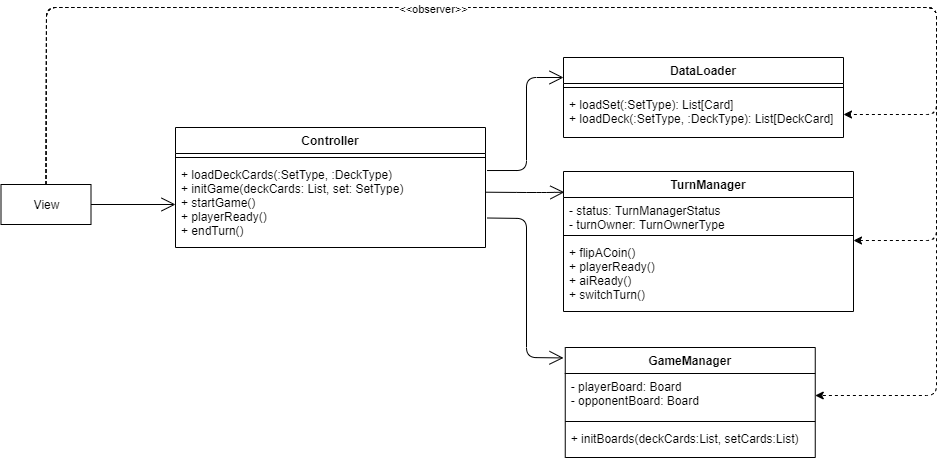
Above: process/design/Initialization_class.png in fedeOx/scalamon_tcg (draw.io), before the change. Source tidied: cells renumbered, new cells last; positions are measured from the earlier drawing's top-left corner, leaving out a move shared by most shapes.
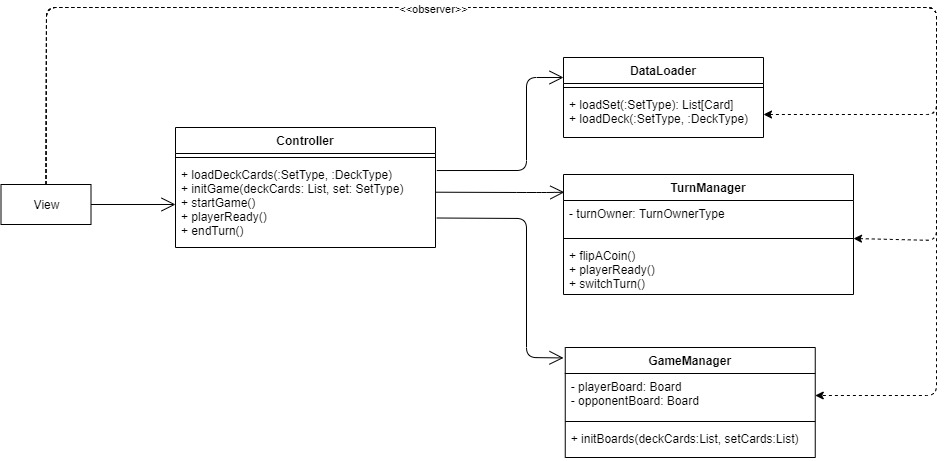
The same file after the commit.

Commit message:
Implemented start game with TurnManager turn notification. Updated design schemas. Add test to ControllerTest (to be done test for TurnManager)

What changed in the source:
```diff
@@ -3,34 +3,34 @@
     <mxCell id="0" />
     <mxCell id="1" parent="0" />
     <mxCell id="2" value="Controller" style="swimlane;fontStyle=1;align=center;verticalAlign=top;horizontal=1;startSize=26;" parent="1" vertex="1">
-      <mxGeometry x="175" y="120" width="310" height="120" as="geometry" />
+      <mxGeometry x="175" y="120" width="260" height="120" as="geometry" />
     </mxCell>
     <mxCell id="3" style="line;strokeWidth=1;fillColor=none;align=left;verticalAlign=middle;spacingTop=-1;spacingLeft=3;spacingRight=3;labelPosition=right;" parent="2" vertex="1">
-      <mxGeometry y="26" width="310" height="8" as="geometry" />
+      <mxGeometry y="26" width="260" height="8" as="geometry" />
     </mxCell>
     <mxCell id="4" value="+ loadDeckCards(:SetType, :DeckType)&#10;+ initGame(deckCards: List, set: SetType)&#10;+ startGame()&#10;+ playerReady()&#10;+ endTurn()" style="text;strokeColor=none;fillColor=none;align=left;verticalAlign=top;spacingLeft=4;spacingRight=4;overflow=hidden;points=[[0,0.5],[1,0.5]];portConstraint=eastwest;" parent="2" vertex="1">
-      <mxGeometry y="34" width="310" height="86" as="geometry" />
+      <mxGeometry y="34" width="260" height="86" as="geometry" />
     </mxCell>
     <mxCell id="5" value="DataLoader" style="swimlane;fontStyle=1;align=center;verticalAlign=top;horizontal=1;startSize=26;fontSize=12;" parent="1" vertex="1">
-      <mxGeometry x="563" y="50" width="280" height="80" as="geometry" />
+      <mxGeometry x="563" y="50" width="200" height="80" as="geometry" />
     </mxCell>
     <mxCell id="6" style="line;strokeWidth=1;fillColor=none;align=left;verticalAlign=middle;spacingTop=-1;spacingLeft=3;spacingRight=3;labelPosition=right;" parent="5" vertex="1">
-      <mxGeometry y="26" width="280" height="8" as="geometry" />
+      <mxGeometry y="26" width="200" height="8" as="geometry" />
     </mxCell>
-    <mxCell id="7" value="+ loadSet(:SetType): List[Card]&#10;+ loadDeck(:SetType, :DeckType): List[DeckCard] " style="text;strokeColor=none;fillColor=none;align=left;verticalAlign=top;spacingLeft=4;spacingRight=4;overflow=hidden;points=[[0,0.5],[1,0.5]];portConstraint=eastwest;" parent="5" vertex="1">
-      <mxGeometry y="34" width="280" height="46" as="geometry" />
+    <mxCell id="7" value="+ loadSet(:SetType): List[Card]&#10;+ loadDeck(:SetType, :DeckType)" style="text;strokeColor=none;fillColor=none;align=left;verticalAlign=top;spacingLeft=4;spacingRight=4;overflow=hidden;points=[[0,0.5],[1,0.5]];portConstraint=eastwest;" parent="5" vertex="1">
+      <mxGeometry y="34" width="200" height="46" as="geometry" />
     </mxCell>
     <mxCell id="8" value="TurnManager" style="swimlane;fontStyle=1;align=center;verticalAlign=top;horizontal=1;startSize=26;" parent="1" vertex="1">
-      <mxGeometry x="563" y="164" width="290" height="140" as="geometry" />
+      <mxGeometry x="563" y="167" width="290" height="120" as="geometry" />
     </mxCell>
-    <mxCell id="9" value="- status: TurnManagerStatus&#10;- turnOwner: TurnOwnerType" style="text;strokeColor=none;fillColor=none;align=left;verticalAlign=top;spacingLeft=4;spacingRight=4;overflow=hidden;" parent="8" vertex="1">
+    <mxCell id="9" value="- turnOwner: TurnOwnerType" style="text;strokeColor=none;fillColor=none;align=left;verticalAlign=top;spacingLeft=4;spacingRight=4;overflow=hidden;" parent="8" vertex="1">
       <mxGeometry y="26" width="290" height="34" as="geometry" />
     </mxCell>
     <mxCell id="10" style="line;strokeWidth=1;fillColor=none;align=left;verticalAlign=middle;spacingTop=-1;spacingLeft=3;spacingRight=3;labelPosition=right;" parent="8" vertex="1">
       <mxGeometry y="60" width="290" height="8" as="geometry" />
     </mxCell>
-    <mxCell id="11" value="+ flipACoin()&#10;+ playerReady()&#10;+ aiReady()&#10;+ switchTurn()&#10;" style="text;strokeColor=none;fillColor=none;align=left;verticalAlign=top;spacingLeft=4;spacingRight=4;overflow=hidden;points=[[0,0.5],[1,0.5]];portConstraint=eastwest;" parent="8" vertex="1">
-      <mxGeometry y="68" width="290" height="72" as="geometry" />
+    <mxCell id="11" value="+ flipACoin()&#10;+ playerReady()&#10;+ switchTurn()&#10;" style="text;strokeColor=none;fillColor=none;align=left;verticalAlign=top;spacingLeft=4;spacingRight=4;overflow=hidden;points=[[0,0.5],[1,0.5]];portConstraint=eastwest;" parent="8" vertex="1">
+      <mxGeometry y="68" width="290" height="52" as="geometry" />
     </mxCell>
     <mxCell id="12" value="GameManager" style="swimlane;fontStyle=1;align=center;verticalAlign=top;horizontal=1;startSize=26;" parent="1" vertex="1">
       <mxGeometry x="564.8" y="340" width="250" height="110" as="geometry" />
@@ -83,8 +83,9 @@
         </Array>
       </mxGeometry>
     </mxCell>
-    <mxCell id="22" style="endArrow=classic;html=1;strokeWidth=1;entryX=1;entryY=0.014;entryDx=0;entryDy=0;entryPerimeter=0;exitX=0.5;exitY=0;exitDx=0;exitDy=0;dashed=1;" parent="1" edge="1" source="16" target="11">
+    <mxCell id="22" style="endArrow=classic;html=1;strokeWidth=1;exitX=0.5;exitY=0;exitDx=0;exitDy=0;dashed=1;" parent="1" edge="1" source="16">
       <mxGeometry relative="1" as="geometry">
+        <mxPoint x="853" y="231" as="targetPoint" />
         <Array as="points">
           <mxPoint x="46" />
           <mxPoint x="936" />
```
